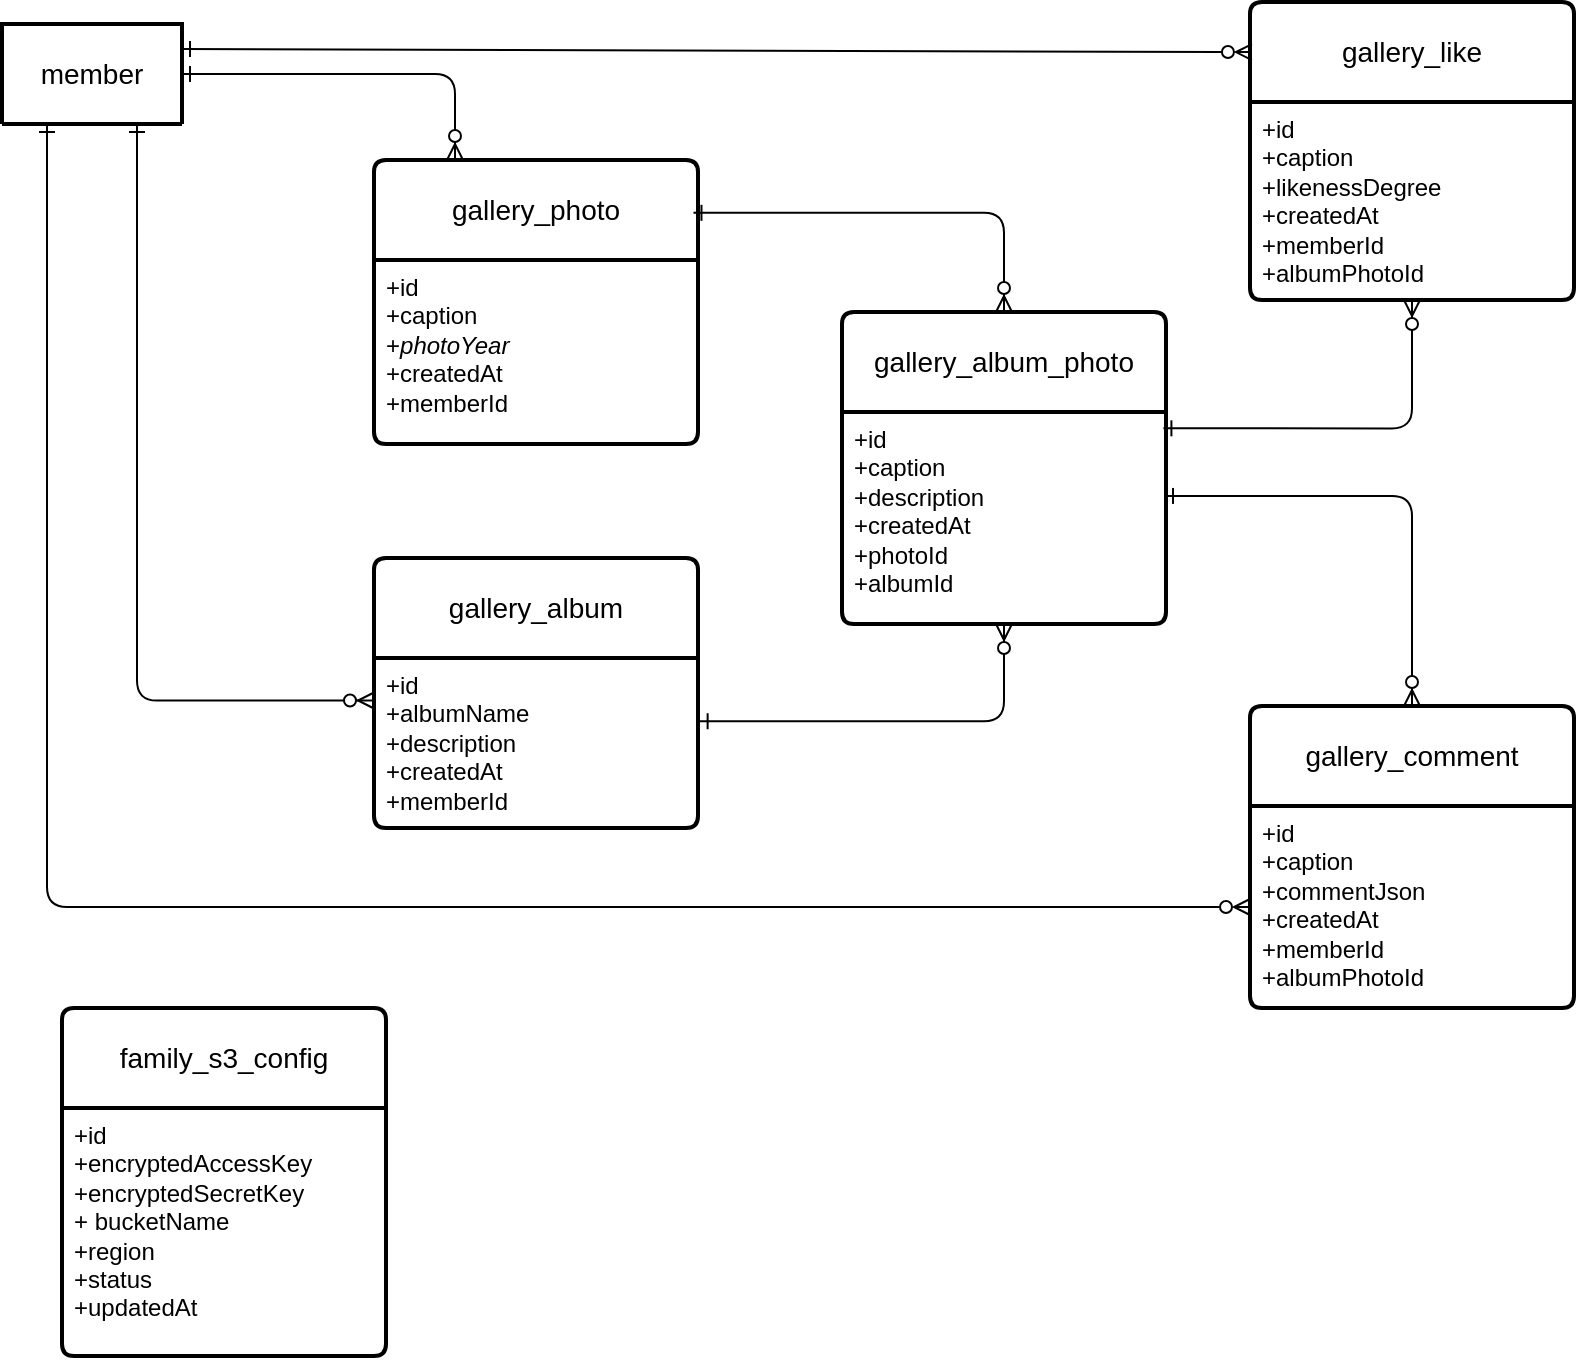
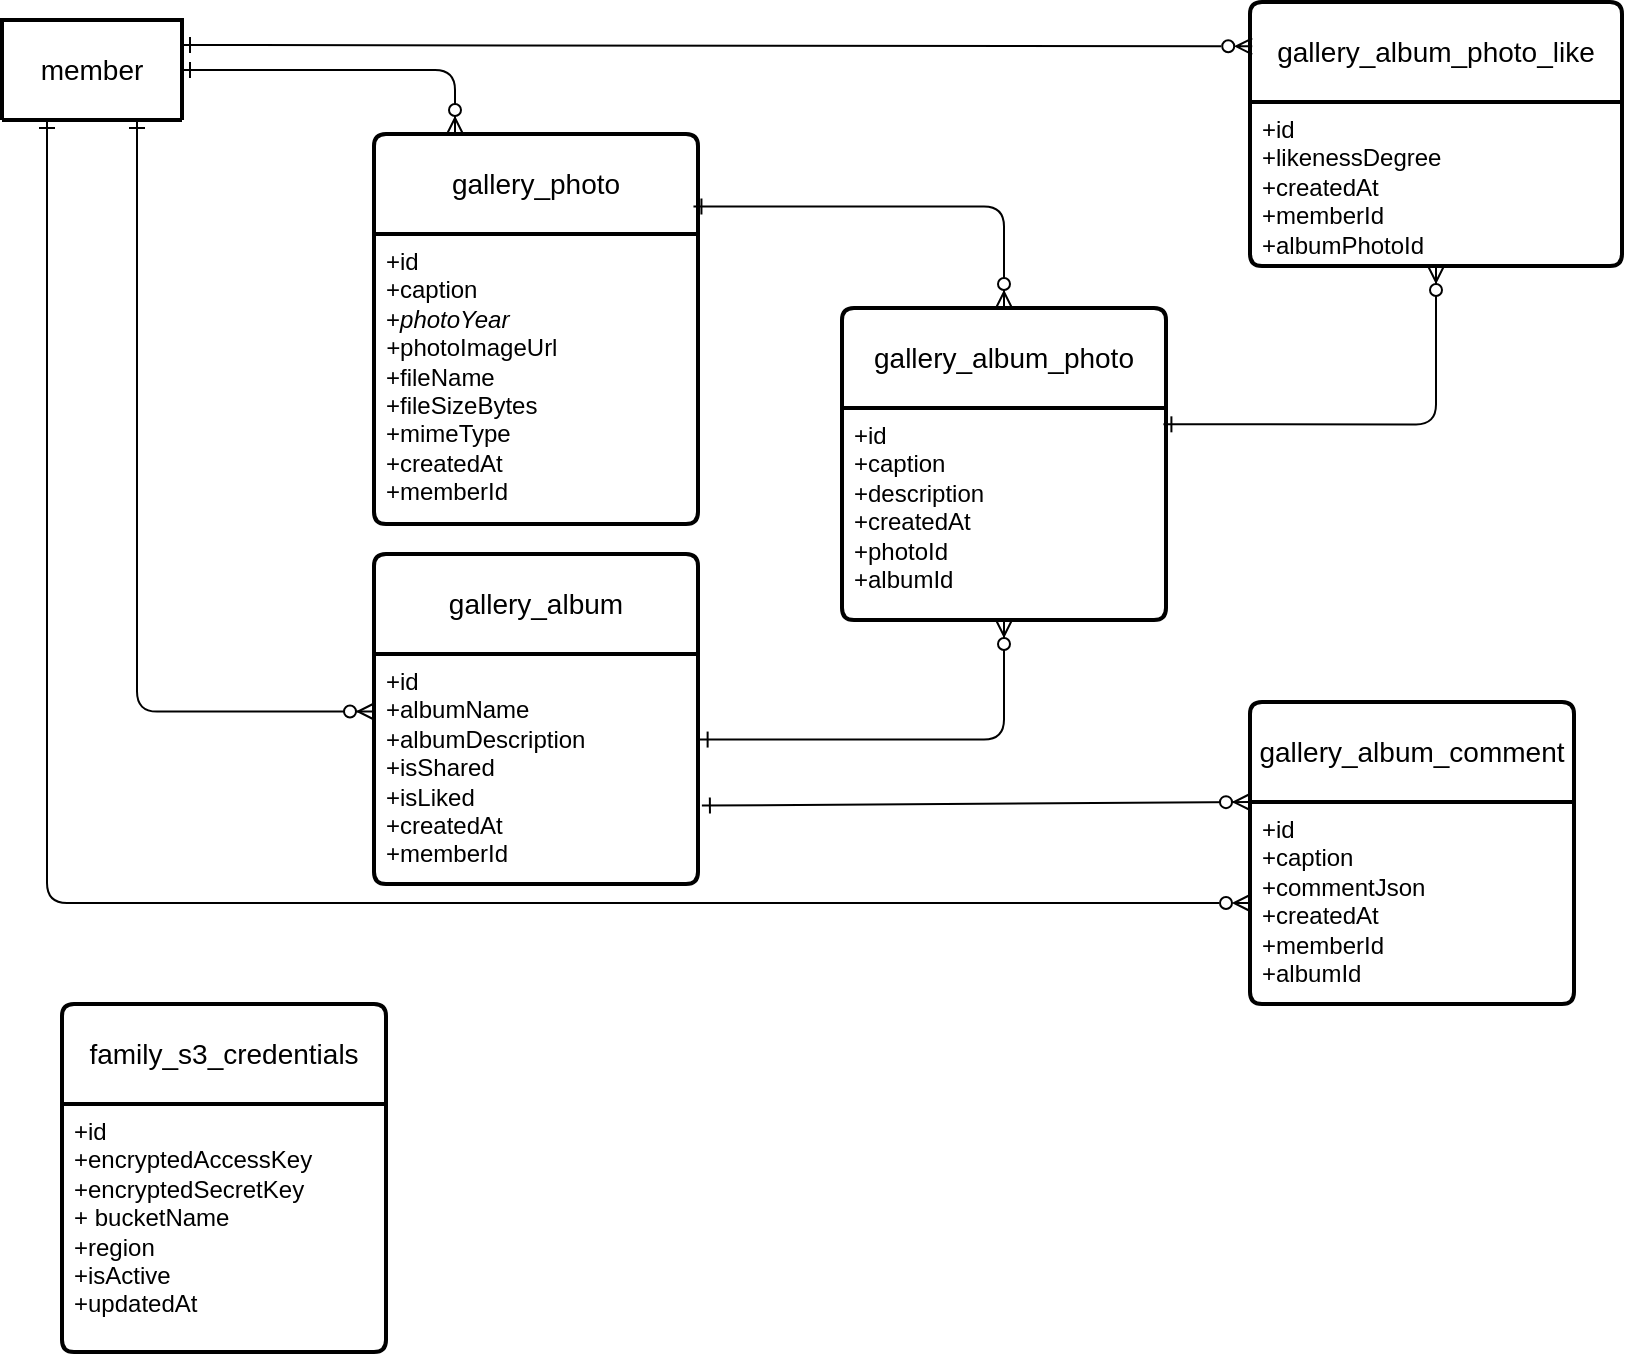
<mxfile host="65bd71144e">
    <diagram id="XTsFl-13k1K88Je5aAER" name="Page-1">
-         <mxGraphModel dx="508" dy="563" grid="1" gridSize="6" guides="1" tooltips="1" connect="1" arrows="1" fold="1" page="1" pageScale="1" pageWidth="1100" pageHeight="850" math="0" shadow="0">
+         <mxGraphModel dx="990" dy="778" grid="1" gridSize="6" guides="1" tooltips="1" connect="1" arrows="1" fold="1" page="1" pageScale="1" pageWidth="1100" pageHeight="850" math="0" shadow="0">
            <root>
                <mxCell id="0"/>
                <mxCell id="1" parent="0"/>
-                 <mxCell id="2" value="member" style="swimlane;childLayout=stackLayout;horizontal=1;startSize=50;horizontalStack=0;rounded=1;fontSize=14;fontStyle=0;strokeWidth=2;resizeParent=0;resizeLast=1;shadow=0;dashed=0;align=center;arcSize=4;whiteSpace=wrap;html=1;" vertex="1" collapsed="1" parent="1">
+                 <mxCell id="2" value="member" style="swimlane;childLayout=stackLayout;horizontal=1;startSize=50;horizontalStack=0;rounded=1;fontSize=14;fontStyle=0;strokeWidth=2;resizeParent=0;resizeLast=1;shadow=0;dashed=0;align=center;arcSize=4;whiteSpace=wrap;html=1;" parent="1" vertex="1" collapsed="1">
                    <mxGeometry x="90" y="36" width="90" height="50" as="geometry">
                        <mxRectangle x="100" y="100" width="160" height="120" as="alternateBounds"/>
                    </mxGeometry>
                </mxCell>
-                 <mxCell id="3" value="+id&lt;br&gt;+status&lt;br&gt;+familyId" style="align=left;strokeColor=none;fillColor=none;spacingLeft=4;fontSize=12;verticalAlign=top;resizable=0;rotatable=0;part=1;html=1;" vertex="1" parent="2">
+                 <mxCell id="3" value="+id&lt;br&gt;+status&lt;br&gt;+familyId" style="align=left;strokeColor=none;fillColor=none;spacingLeft=4;fontSize=12;verticalAlign=top;resizable=0;rotatable=0;part=1;html=1;" parent="2" vertex="1">
                    <mxGeometry y="50" width="160" height="70" as="geometry"/>
                </mxCell>
-                 <mxCell id="4" value="gallery_photo" style="swimlane;childLayout=stackLayout;horizontal=1;startSize=50;horizontalStack=0;rounded=1;fontSize=14;fontStyle=0;strokeWidth=2;resizeParent=0;resizeLast=1;shadow=0;dashed=0;align=center;arcSize=4;whiteSpace=wrap;html=1;" vertex="1" parent="1">
-                     <mxGeometry x="276" y="104" width="162" height="142" as="geometry">
+                 <mxCell id="4" value="gallery_photo" style="swimlane;childLayout=stackLayout;horizontal=1;startSize=50;horizontalStack=0;rounded=1;fontSize=14;fontStyle=0;strokeWidth=2;resizeParent=0;resizeLast=1;shadow=0;dashed=0;align=center;arcSize=4;whiteSpace=wrap;html=1;" parent="1" vertex="1">
+                     <mxGeometry x="276" y="93" width="162" height="195" as="geometry">
                        <mxRectangle x="350" y="100" width="90" height="50" as="alternateBounds"/>
                    </mxGeometry>
                </mxCell>
-                 <mxCell id="5" value="+id&lt;br&gt;+caption&lt;div&gt;&lt;font color=&quot;#000000&quot;&gt;+&lt;i&gt;photoYear&lt;/i&gt;&lt;br&gt;&lt;/font&gt;&lt;div&gt;&lt;font color=&quot;#000000&quot;&gt;+createdAt&lt;br&gt;&lt;/font&gt;&lt;div&gt;+memberId&lt;/div&gt;&lt;/div&gt;&lt;/div&gt;" style="align=left;strokeColor=none;fillColor=none;spacingLeft=4;fontSize=12;verticalAlign=top;resizable=0;rotatable=0;part=1;html=1;" vertex="1" parent="4">
-                     <mxGeometry y="50" width="162" height="92" as="geometry"/>
+                 <mxCell id="5" value="+id&lt;br&gt;+caption&lt;div&gt;&lt;font color=&quot;#000000&quot;&gt;+&lt;i&gt;photoYear&lt;/i&gt;&lt;/font&gt;&lt;/div&gt;&lt;div&gt;&lt;font color=&quot;#000000&quot;&gt;&lt;i&gt;+&lt;/i&gt;photoImageUrl&lt;/font&gt;&lt;/div&gt;&lt;div&gt;&lt;font color=&quot;#000000&quot;&gt;&lt;font color=&quot;#000000&quot;&gt;+fileName&lt;/font&gt;&lt;/font&gt;&lt;/div&gt;&lt;div&gt;&lt;font color=&quot;#000000&quot;&gt;&lt;font color=&quot;#000000&quot;&gt;+fileSizeBytes&lt;/font&gt;&lt;/font&gt;&lt;/div&gt;&lt;div&gt;&lt;font color=&quot;#000000&quot;&gt;&lt;font color=&quot;#000000&quot;&gt;+mimeType&lt;br&gt;&lt;/font&gt;&lt;/font&gt;&lt;div&gt;&lt;font color=&quot;#000000&quot;&gt;+createdAt&lt;br&gt;&lt;/font&gt;&lt;div&gt;+memberId&lt;/div&gt;&lt;/div&gt;&lt;/div&gt;" style="align=left;strokeColor=none;fillColor=none;spacingLeft=4;fontSize=12;verticalAlign=top;resizable=0;rotatable=0;part=1;html=1;" parent="4" vertex="1">
+                     <mxGeometry y="50" width="162" height="145" as="geometry"/>
                </mxCell>
-                 <mxCell id="6" value="gallery_album" style="swimlane;childLayout=stackLayout;horizontal=1;startSize=50;horizontalStack=0;rounded=1;fontSize=14;fontStyle=0;strokeWidth=2;resizeParent=0;resizeLast=1;shadow=0;dashed=0;align=center;arcSize=4;whiteSpace=wrap;html=1;" vertex="1" parent="1">
-                     <mxGeometry x="276" y="303" width="162" height="135" as="geometry">
+                 <mxCell id="6" value="gallery_album" style="swimlane;childLayout=stackLayout;horizontal=1;startSize=50;horizontalStack=0;rounded=1;fontSize=14;fontStyle=0;strokeWidth=2;resizeParent=0;resizeLast=1;shadow=0;dashed=0;align=center;arcSize=4;whiteSpace=wrap;html=1;" parent="1" vertex="1">
+                     <mxGeometry x="276" y="303" width="162" height="165" as="geometry">
                        <mxRectangle x="350" y="100" width="90" height="50" as="alternateBounds"/>
                    </mxGeometry>
                </mxCell>
-                 <mxCell id="7" value="+id&lt;br&gt;+albumName&lt;div&gt;&lt;font color=&quot;#000000&quot;&gt;+description&lt;br&gt;&lt;/font&gt;&lt;div&gt;&lt;font color=&quot;#000000&quot;&gt;+createdAt&lt;br&gt;&lt;/font&gt;&lt;div&gt;+memberId&lt;/div&gt;&lt;/div&gt;&lt;/div&gt;" style="align=left;strokeColor=none;fillColor=none;spacingLeft=4;fontSize=12;verticalAlign=top;resizable=0;rotatable=0;part=1;html=1;" vertex="1" parent="6">
-                     <mxGeometry y="50" width="162" height="85" as="geometry"/>
+                 <mxCell id="7" value="+id&lt;br&gt;+albumName&lt;div&gt;&lt;font color=&quot;#000000&quot;&gt;+albumDescription&lt;/font&gt;&lt;/div&gt;&lt;div&gt;&lt;font color=&quot;#000000&quot;&gt;&lt;font color=&quot;#000000&quot;&gt;+isShared&lt;/font&gt;&lt;/font&gt;&lt;/div&gt;&lt;div&gt;&lt;font color=&quot;#000000&quot;&gt;&lt;font color=&quot;#000000&quot;&gt;+isLiked&lt;br&gt;&lt;/font&gt;&lt;/font&gt;&lt;div&gt;&lt;font color=&quot;#000000&quot;&gt;+createdAt&lt;br&gt;&lt;/font&gt;&lt;div&gt;+memberId&lt;/div&gt;&lt;/div&gt;&lt;/div&gt;" style="align=left;strokeColor=none;fillColor=none;spacingLeft=4;fontSize=12;verticalAlign=top;resizable=0;rotatable=0;part=1;html=1;" parent="6" vertex="1">
+                     <mxGeometry y="50" width="162" height="115" as="geometry"/>
                </mxCell>
-                 <mxCell id="8" value="" style="fontSize=12;html=1;endArrow=ERzeroToMany;endFill=1;startArrow=ERone;startFill=0;exitX=1;exitY=0.5;exitDx=0;exitDy=0;entryX=0.25;entryY=0;entryDx=0;entryDy=0;edgeStyle=orthogonalEdgeStyle;" edge="1" parent="1" source="2" target="4">
+                 <mxCell id="8" value="" style="fontSize=12;html=1;endArrow=ERzeroToMany;endFill=1;startArrow=ERone;startFill=0;exitX=1;exitY=0.5;exitDx=0;exitDy=0;entryX=0.25;entryY=0;entryDx=0;entryDy=0;edgeStyle=orthogonalEdgeStyle;" parent="1" source="2" target="4" edge="1">
                    <mxGeometry width="100" height="100" relative="1" as="geometry">
                        <mxPoint x="136" y="128.5" as="sourcePoint"/>
                        <mxPoint x="236" y="128.5" as="targetPoint"/>
                    </mxGeometry>
                </mxCell>
-                 <mxCell id="9" value="" style="fontSize=12;html=1;endArrow=ERzeroToMany;endFill=1;startArrow=ERone;startFill=0;exitX=0.75;exitY=1;exitDx=0;exitDy=0;entryX=0;entryY=0.25;entryDx=0;entryDy=0;edgeStyle=orthogonalEdgeStyle;" edge="1" parent="1" source="2" target="7">
+                 <mxCell id="9" value="" style="fontSize=12;html=1;endArrow=ERzeroToMany;endFill=1;startArrow=ERone;startFill=0;exitX=0.75;exitY=1;exitDx=0;exitDy=0;entryX=0;entryY=0.25;entryDx=0;entryDy=0;edgeStyle=orthogonalEdgeStyle;" parent="1" source="2" target="7" edge="1">
                    <mxGeometry width="100" height="100" relative="1" as="geometry">
                        <mxPoint x="46" y="214" as="sourcePoint"/>
                        <mxPoint x="146" y="214" as="targetPoint"/>
                    </mxGeometry>
                </mxCell>
-                 <mxCell id="10" value="" style="fontSize=12;html=1;endArrow=ERzeroToMany;endFill=1;startArrow=ERone;startFill=0;exitX=0.992;exitY=0.077;exitDx=0;exitDy=0;exitPerimeter=0;entryX=0.5;entryY=1;entryDx=0;entryDy=0;edgeStyle=orthogonalEdgeStyle;" edge="1" parent="1" source="15" target="19">
+                 <mxCell id="10" value="" style="fontSize=12;html=1;endArrow=ERzeroToMany;endFill=1;startArrow=ERone;startFill=0;exitX=0.992;exitY=0.077;exitDx=0;exitDy=0;exitPerimeter=0;entryX=0.5;entryY=1;entryDx=0;entryDy=0;edgeStyle=orthogonalEdgeStyle;" parent="1" source="15" target="19" edge="1">
                    <mxGeometry width="100" height="100" relative="1" as="geometry">
                        <mxPoint x="690" y="240" as="sourcePoint"/>
                        <mxPoint x="790" y="240" as="targetPoint"/>
                    </mxGeometry>
                </mxCell>
-                 <mxCell id="11" value="" style="fontSize=12;html=1;endArrow=ERzeroToMany;endFill=1;startArrow=ERone;startFill=0;exitX=0.997;exitY=0.396;exitDx=0;exitDy=0;exitPerimeter=0;entryX=0.5;entryY=0;entryDx=0;entryDy=0;edgeStyle=orthogonalEdgeStyle;" edge="1" parent="1" source="15" target="16">
+                 <mxCell id="11" value="" style="fontSize=12;html=1;endArrow=ERzeroToMany;endFill=1;startArrow=ERone;startFill=0;exitX=1.012;exitY=0.659;exitDx=0;exitDy=0;exitPerimeter=0;entryX=0;entryY=0;entryDx=0;entryDy=0;" parent="1" source="7" target="17" edge="1">
                    <mxGeometry width="100" height="100" relative="1" as="geometry">
                        <mxPoint x="696" y="270" as="sourcePoint"/>
                        <mxPoint x="796" y="270" as="targetPoint"/>
                    </mxGeometry>
                </mxCell>
-                 <mxCell id="12" value="" style="fontSize=12;html=1;endArrow=ERzeroToMany;endFill=1;startArrow=ERone;startFill=0;exitX=1.005;exitY=0.372;exitDx=0;exitDy=0;exitPerimeter=0;entryX=0.5;entryY=1;entryDx=0;entryDy=0;edgeStyle=orthogonalEdgeStyle;" edge="1" parent="1" source="7" target="15">
+                 <mxCell id="12" value="" style="fontSize=12;html=1;endArrow=ERzeroToMany;endFill=1;startArrow=ERone;startFill=0;exitX=1.005;exitY=0.372;exitDx=0;exitDy=0;exitPerimeter=0;entryX=0.5;entryY=1;entryDx=0;entryDy=0;edgeStyle=orthogonalEdgeStyle;" parent="1" source="7" target="15" edge="1">
                    <mxGeometry width="100" height="100" relative="1" as="geometry">
                        <mxPoint x="462" y="378" as="sourcePoint"/>
                        <mxPoint x="562" y="378" as="targetPoint"/>
                    </mxGeometry>
                </mxCell>
-                 <mxCell id="13" value="" style="fontSize=12;html=1;endArrow=ERzeroToMany;endFill=1;startArrow=ERone;startFill=0;exitX=0.986;exitY=0.186;exitDx=0;exitDy=0;exitPerimeter=0;entryX=0.5;entryY=0;entryDx=0;entryDy=0;edgeStyle=orthogonalEdgeStyle;" edge="1" parent="1" source="4" target="14">
+                 <mxCell id="13" value="" style="fontSize=12;html=1;endArrow=ERzeroToMany;endFill=1;startArrow=ERone;startFill=0;exitX=0.986;exitY=0.186;exitDx=0;exitDy=0;exitPerimeter=0;entryX=0.5;entryY=0;entryDx=0;entryDy=0;edgeStyle=orthogonalEdgeStyle;" parent="1" source="4" target="14" edge="1">
                    <mxGeometry width="100" height="100" relative="1" as="geometry">
                        <mxPoint x="498" y="126" as="sourcePoint"/>
                        <mxPoint x="498" y="192" as="targetPoint"/>
                    </mxGeometry>
                </mxCell>
-                 <mxCell id="14" value="gallery_album_photo" style="swimlane;childLayout=stackLayout;horizontal=1;startSize=50;horizontalStack=0;rounded=1;fontSize=14;fontStyle=0;strokeWidth=2;resizeParent=0;resizeLast=1;shadow=0;dashed=0;align=center;arcSize=4;whiteSpace=wrap;html=1;" vertex="1" parent="1">
+                 <mxCell id="14" value="gallery_album_photo" style="swimlane;childLayout=stackLayout;horizontal=1;startSize=50;horizontalStack=0;rounded=1;fontSize=14;fontStyle=0;strokeWidth=2;resizeParent=0;resizeLast=1;shadow=0;dashed=0;align=center;arcSize=4;whiteSpace=wrap;html=1;" parent="1" vertex="1">
                    <mxGeometry x="510" y="180" width="162" height="156" as="geometry">
                        <mxRectangle x="350" y="100" width="90" height="50" as="alternateBounds"/>
                    </mxGeometry>
                </mxCell>
-                 <mxCell id="15" value="+id&lt;br&gt;+caption&lt;div&gt;&lt;font color=&quot;#000000&quot;&gt;+description&lt;br&gt;&lt;/font&gt;&lt;div&gt;&lt;font color=&quot;#000000&quot;&gt;+createdAt&lt;br&gt;&lt;/font&gt;&lt;div&gt;+photoId&lt;/div&gt;&lt;/div&gt;&lt;div&gt;+albumId&lt;/div&gt;&lt;/div&gt;" style="align=left;strokeColor=none;fillColor=none;spacingLeft=4;fontSize=12;verticalAlign=top;resizable=0;rotatable=0;part=1;html=1;" vertex="1" parent="14">
+                 <mxCell id="15" value="+id&lt;br&gt;+caption&lt;div&gt;&lt;font color=&quot;#000000&quot;&gt;+description&lt;br&gt;&lt;/font&gt;&lt;div&gt;&lt;font color=&quot;#000000&quot;&gt;+createdAt&lt;br&gt;&lt;/font&gt;&lt;div&gt;+photoId&lt;/div&gt;&lt;/div&gt;&lt;div&gt;+albumId&lt;/div&gt;&lt;/div&gt;" style="align=left;strokeColor=none;fillColor=none;spacingLeft=4;fontSize=12;verticalAlign=top;resizable=0;rotatable=0;part=1;html=1;" parent="14" vertex="1">
                    <mxGeometry y="50" width="162" height="106" as="geometry"/>
                </mxCell>
-                 <mxCell id="16" value="gallery_comment" style="swimlane;childLayout=stackLayout;horizontal=1;startSize=50;horizontalStack=0;rounded=1;fontSize=14;fontStyle=0;strokeWidth=2;resizeParent=0;resizeLast=1;shadow=0;dashed=0;align=center;arcSize=4;whiteSpace=wrap;html=1;" vertex="1" parent="1">
+                 <mxCell id="16" value="gallery_album_comment" style="swimlane;childLayout=stackLayout;horizontal=1;startSize=50;horizontalStack=0;rounded=1;fontSize=14;fontStyle=0;strokeWidth=2;resizeParent=0;resizeLast=1;shadow=0;dashed=0;align=center;arcSize=4;whiteSpace=wrap;html=1;" parent="1" vertex="1">
                    <mxGeometry x="714" y="377" width="162" height="151" as="geometry">
                        <mxRectangle x="350" y="100" width="90" height="50" as="alternateBounds"/>
                    </mxGeometry>
                </mxCell>
-                 <mxCell id="17" value="+id&lt;br&gt;+caption&lt;div&gt;&lt;font color=&quot;#000000&quot;&gt;+commentJson&lt;br&gt;&lt;/font&gt;&lt;div&gt;&lt;font color=&quot;#000000&quot;&gt;+createdAt&lt;/font&gt;&lt;/div&gt;&lt;div&gt;&lt;font color=&quot;#000000&quot;&gt;&lt;font color=&quot;#000000&quot;&gt;+memberId&lt;br&gt;&lt;/font&gt;&lt;/font&gt;&lt;div&gt;+albumPhotoId&lt;/div&gt;&lt;/div&gt;&lt;/div&gt;" style="align=left;strokeColor=none;fillColor=none;spacingLeft=4;fontSize=12;verticalAlign=top;resizable=0;rotatable=0;part=1;html=1;" vertex="1" parent="16">
+                 <mxCell id="17" value="+id&lt;br&gt;+caption&lt;div&gt;&lt;font color=&quot;#000000&quot;&gt;+commentJson&lt;br&gt;&lt;/font&gt;&lt;div&gt;&lt;font color=&quot;#000000&quot;&gt;+createdAt&lt;/font&gt;&lt;/div&gt;&lt;div&gt;&lt;font color=&quot;#000000&quot;&gt;&lt;font color=&quot;#000000&quot;&gt;+memberId&lt;br&gt;&lt;/font&gt;&lt;/font&gt;&lt;div&gt;+albumId&lt;/div&gt;&lt;/div&gt;&lt;/div&gt;" style="align=left;strokeColor=none;fillColor=none;spacingLeft=4;fontSize=12;verticalAlign=top;resizable=0;rotatable=0;part=1;html=1;" parent="16" vertex="1">
                    <mxGeometry y="50" width="162" height="101" as="geometry"/>
                </mxCell>
-                 <mxCell id="18" value="gallery_like" style="swimlane;childLayout=stackLayout;horizontal=1;startSize=50;horizontalStack=0;rounded=1;fontSize=14;fontStyle=0;strokeWidth=2;resizeParent=0;resizeLast=1;shadow=0;dashed=0;align=center;arcSize=4;whiteSpace=wrap;html=1;" vertex="1" parent="1">
-                     <mxGeometry x="714" y="25" width="162" height="149" as="geometry">
+                 <mxCell id="18" value="gallery_album_photo_like" style="swimlane;childLayout=stackLayout;horizontal=1;startSize=50;horizontalStack=0;rounded=1;fontSize=14;fontStyle=0;strokeWidth=2;resizeParent=0;resizeLast=1;shadow=0;dashed=0;align=center;arcSize=4;whiteSpace=wrap;html=1;" parent="1" vertex="1">
+                     <mxGeometry x="714" y="27" width="186" height="132" as="geometry">
                        <mxRectangle x="350" y="100" width="90" height="50" as="alternateBounds"/>
                    </mxGeometry>
                </mxCell>
-                 <mxCell id="19" value="+id&lt;br&gt;+caption&lt;div&gt;&lt;font color=&quot;#000000&quot;&gt;+likenessDegree&lt;br&gt;&lt;/font&gt;&lt;div&gt;&lt;font color=&quot;#000000&quot;&gt;+createdAt&lt;/font&gt;&lt;/div&gt;&lt;div&gt;&lt;font color=&quot;#000000&quot;&gt;&lt;font color=&quot;#000000&quot;&gt;+memberId&lt;br&gt;&lt;/font&gt;&lt;/font&gt;&lt;div&gt;+albumPhotoId&lt;/div&gt;&lt;/div&gt;&lt;/div&gt;" style="align=left;strokeColor=none;fillColor=none;spacingLeft=4;fontSize=12;verticalAlign=top;resizable=0;rotatable=0;part=1;html=1;" vertex="1" parent="18">
-                     <mxGeometry y="50" width="162" height="99" as="geometry"/>
+                 <mxCell id="19" value="+id&lt;br&gt;&lt;div&gt;&lt;font color=&quot;#000000&quot;&gt;+likenessDegree&lt;br&gt;&lt;/font&gt;&lt;div&gt;&lt;font color=&quot;#000000&quot;&gt;+createdAt&lt;/font&gt;&lt;/div&gt;&lt;div&gt;&lt;font color=&quot;#000000&quot;&gt;&lt;font color=&quot;#000000&quot;&gt;+memberId&lt;br&gt;&lt;/font&gt;&lt;/font&gt;&lt;div&gt;+albumPhotoId&lt;/div&gt;&lt;/div&gt;&lt;/div&gt;" style="align=left;strokeColor=none;fillColor=none;spacingLeft=4;fontSize=12;verticalAlign=top;resizable=0;rotatable=0;part=1;html=1;" parent="18" vertex="1">
+                     <mxGeometry y="50" width="186" height="82" as="geometry"/>
                </mxCell>
-                 <mxCell id="20" style="html=1;elbow=vertical;endArrow=ERzeroToMany;endFill=0;startArrow=ERone;startFill=0;entryX=0;entryY=0.5;entryDx=0;entryDy=0;exitX=0.25;exitY=1;exitDx=0;exitDy=0;edgeStyle=orthogonalEdgeStyle;" edge="1" parent="1" source="2" target="17">
+                 <mxCell id="20" style="html=1;elbow=vertical;endArrow=ERzeroToMany;endFill=0;startArrow=ERone;startFill=0;entryX=0;entryY=0.5;entryDx=0;entryDy=0;exitX=0.25;exitY=1;exitDx=0;exitDy=0;edgeStyle=orthogonalEdgeStyle;" parent="1" source="2" target="17" edge="1">
                    <mxGeometry relative="1" as="geometry">
                        <mxPoint x="144" y="132" as="sourcePoint"/>
                        <mxPoint x="648" y="468" as="targetPoint"/>
                    </mxGeometry>
                </mxCell>
-                 <mxCell id="21" style="edgeStyle=none;html=1;exitX=1;exitY=0.25;exitDx=0;exitDy=0;entryX=0.006;entryY=0.168;entryDx=0;entryDy=0;entryPerimeter=0;endArrow=ERzeroToMany;endFill=0;startArrow=ERone;startFill=0;" edge="1" parent="1" source="2" target="18">
+                 <mxCell id="21" style="edgeStyle=none;html=1;exitX=1;exitY=0.25;exitDx=0;exitDy=0;entryX=0.006;entryY=0.168;entryDx=0;entryDy=0;entryPerimeter=0;endArrow=ERzeroToMany;endFill=0;startArrow=ERone;startFill=0;" parent="1" source="2" target="18" edge="1">
                    <mxGeometry relative="1" as="geometry"/>
                </mxCell>
-                 <mxCell id="22" value="family_s3_config" style="swimlane;childLayout=stackLayout;horizontal=1;startSize=50;horizontalStack=0;rounded=1;fontSize=14;fontStyle=0;strokeWidth=2;resizeParent=0;resizeLast=1;shadow=0;dashed=0;align=center;arcSize=4;whiteSpace=wrap;html=1;" vertex="1" parent="1">
+                 <mxCell id="22" value="family_s3_credentials" style="swimlane;childLayout=stackLayout;horizontal=1;startSize=50;horizontalStack=0;rounded=1;fontSize=14;fontStyle=0;strokeWidth=2;resizeParent=0;resizeLast=1;shadow=0;dashed=0;align=center;arcSize=4;whiteSpace=wrap;html=1;" parent="1" vertex="1">
                    <mxGeometry x="120" y="528" width="162" height="174" as="geometry"/>
                </mxCell>
-                 <mxCell id="23" value="+id&lt;br&gt;+encryptedAccessKey&lt;br&gt;+encryptedSecretKey&lt;div&gt;+ bucketName&lt;/div&gt;&lt;div&gt;+region&lt;/div&gt;&lt;div&gt;+status&lt;/div&gt;&lt;div&gt;+updatedAt&lt;/div&gt;" style="align=left;strokeColor=none;fillColor=none;spacingLeft=4;fontSize=12;verticalAlign=top;resizable=0;rotatable=0;part=1;html=1;" vertex="1" parent="22">
+                 <mxCell id="23" value="+id&lt;br&gt;+encryptedAccessKey&lt;br&gt;+encryptedSecretKey&lt;div&gt;+ bucketName&lt;/div&gt;&lt;div&gt;+region&lt;/div&gt;&lt;div&gt;+isActive&lt;/div&gt;&lt;div&gt;+updatedAt&lt;/div&gt;" style="align=left;strokeColor=none;fillColor=none;spacingLeft=4;fontSize=12;verticalAlign=top;resizable=0;rotatable=0;part=1;html=1;" parent="22" vertex="1">
                    <mxGeometry y="50" width="162" height="124" as="geometry"/>
                </mxCell>
            </root>
        </mxGraphModel>
    </diagram>
</mxfile>